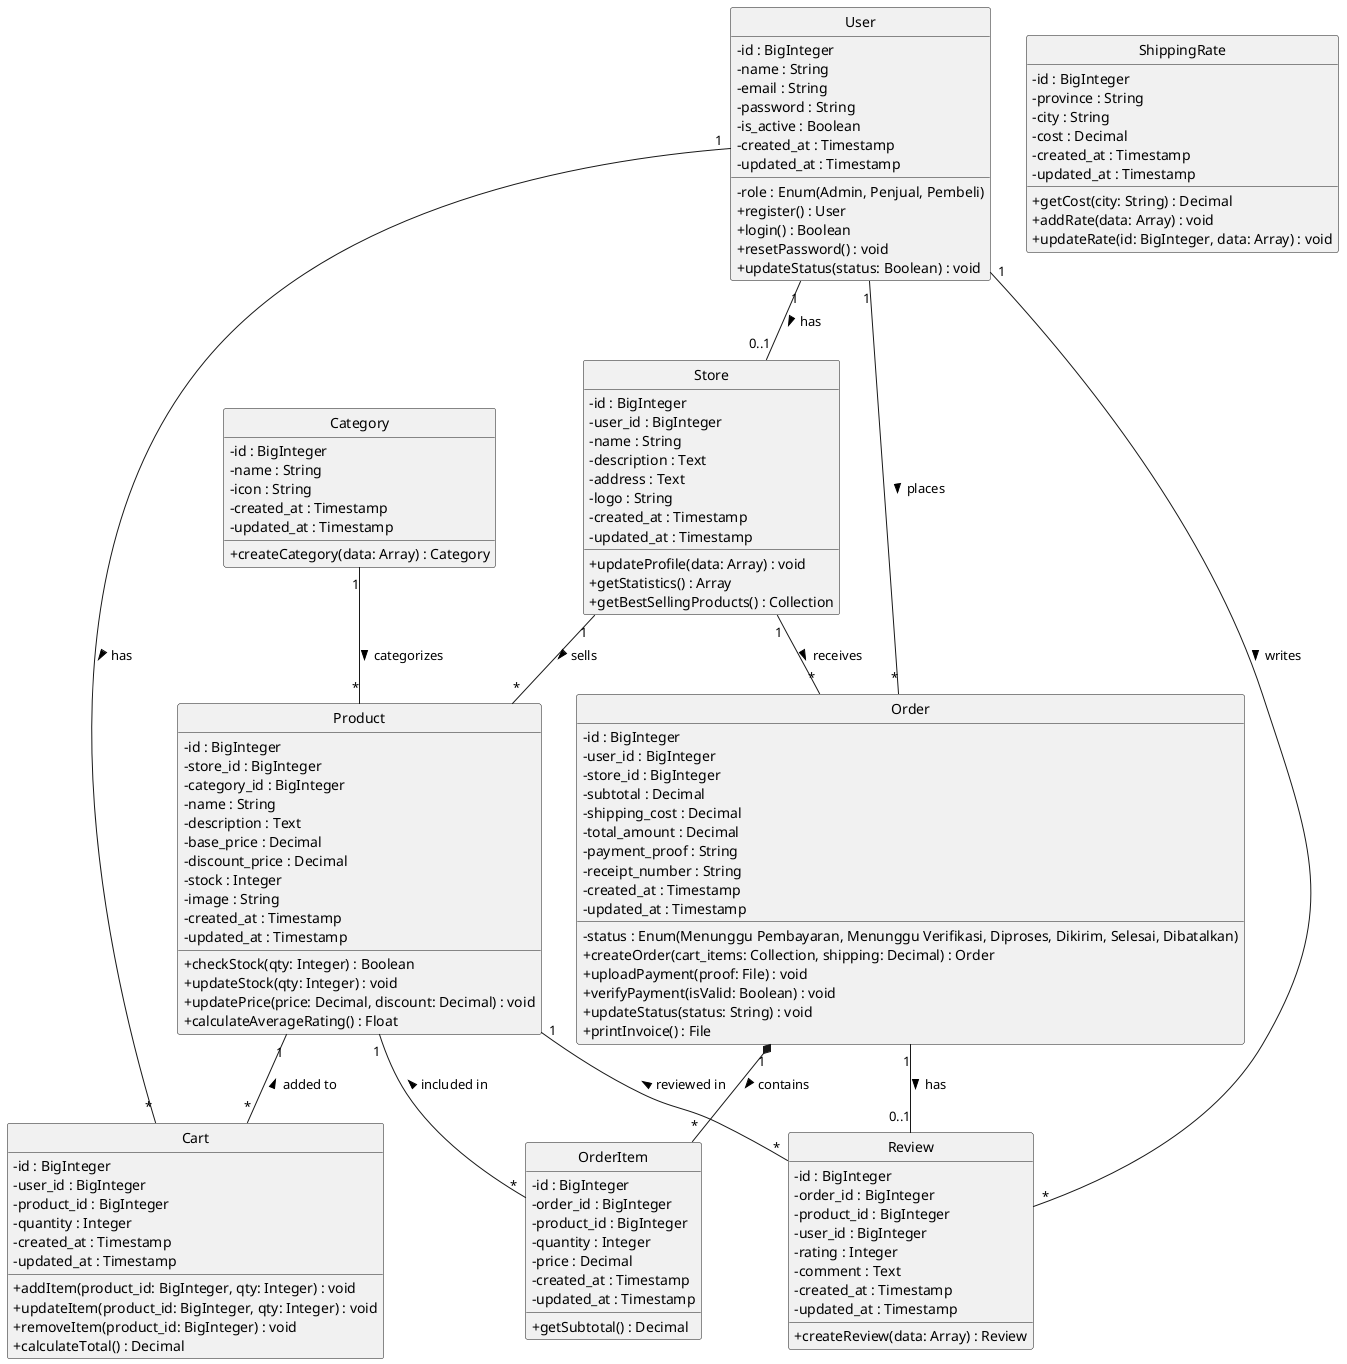
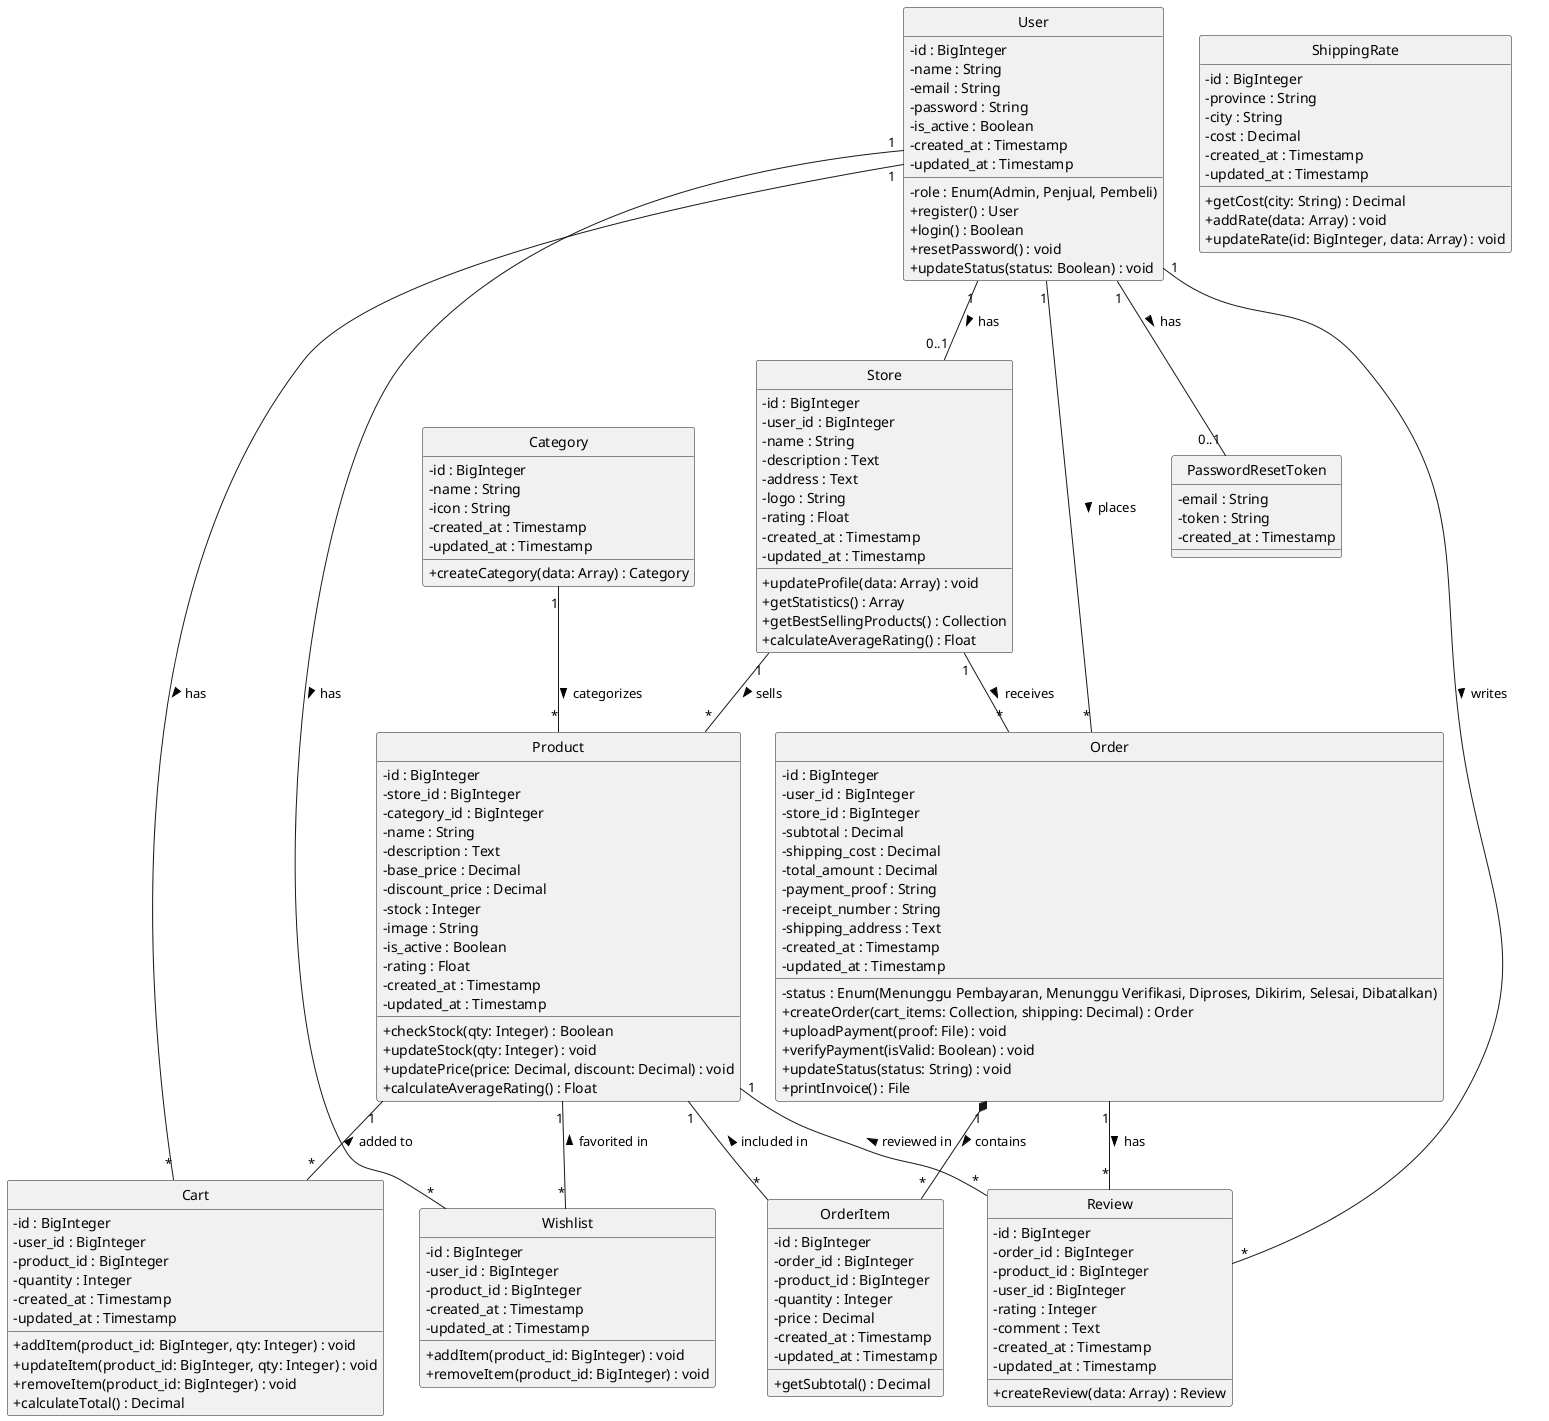
@startuml
skinparam classAttributeIconSize 0
skinparam monochrome true
hide circle

class User {
  - id : BigInteger
  - name : String
  - email : String
  - password : String
  - role : Enum(Admin, Penjual, Pembeli)
  - is_active : Boolean
  - created_at : Timestamp
  - updated_at : Timestamp
  + register() : User
  + login() : Boolean
  + resetPassword() : void
  + updateStatus(status: Boolean) : void
}

class Store {
  - id : BigInteger
  - user_id : BigInteger
  - name : String
  - description : Text
  - address : Text
  - logo : String
+   - rating : Float
  - created_at : Timestamp
  - updated_at : Timestamp
  + updateProfile(data: Array) : void
  + getStatistics() : Array
  + getBestSellingProducts() : Collection
+   + calculateAverageRating() : Float
}

class Category {
  - id : BigInteger
  - name : String
  - icon : String
  - created_at : Timestamp
  - updated_at : Timestamp
  + createCategory(data: Array) : Category
}

class Product {
  - id : BigInteger
  - store_id : BigInteger
  - category_id : BigInteger
  - name : String
  - description : Text
  - base_price : Decimal
  - discount_price : Decimal
  - stock : Integer
  - image : String
+   - is_active : Boolean
+   - rating : Float
  - created_at : Timestamp
  - updated_at : Timestamp
  + checkStock(qty: Integer) : Boolean
  + updateStock(qty: Integer) : void
  + updatePrice(price: Decimal, discount: Decimal) : void
  + calculateAverageRating() : Float
}

class Cart {
  - id : BigInteger
  - user_id : BigInteger
  - product_id : BigInteger
  - quantity : Integer
  - created_at : Timestamp
  - updated_at : Timestamp
  + addItem(product_id: BigInteger, qty: Integer) : void
  + updateItem(product_id: BigInteger, qty: Integer) : void
  + removeItem(product_id: BigInteger) : void
  + calculateTotal() : Decimal
}

+ class Wishlist {
+   - id : BigInteger
+   - user_id : BigInteger
+   - product_id : BigInteger
+   - created_at : Timestamp
+   - updated_at : Timestamp
+   + addItem(product_id: BigInteger) : void
+   + removeItem(product_id: BigInteger) : void
+ }
+ 
class Order {
  - id : BigInteger
  - user_id : BigInteger
  - store_id : BigInteger
  - subtotal : Decimal
  - shipping_cost : Decimal
  - total_amount : Decimal
  - status : Enum(Menunggu Pembayaran, Menunggu Verifikasi, Diproses, Dikirim, Selesai, Dibatalkan)
  - payment_proof : String
  - receipt_number : String
+   - shipping_address : Text
  - created_at : Timestamp
  - updated_at : Timestamp
  + createOrder(cart_items: Collection, shipping: Decimal) : Order
  + uploadPayment(proof: File) : void
  + verifyPayment(isValid: Boolean) : void
  + updateStatus(status: String) : void
  + printInvoice() : File
}

class OrderItem {
  - id : BigInteger
  - order_id : BigInteger
  - product_id : BigInteger
  - quantity : Integer
  - price : Decimal
  - created_at : Timestamp
  - updated_at : Timestamp
  + getSubtotal() : Decimal
}

class ShippingRate {
  - id : BigInteger
  - province : String
  - city : String
  - cost : Decimal
  - created_at : Timestamp
  - updated_at : Timestamp
  + getCost(city: String) : Decimal
  + addRate(data: Array) : void
  + updateRate(id: BigInteger, data: Array) : void
}

class Review {
  - id : BigInteger
  - order_id : BigInteger
  - product_id : BigInteger
  - user_id : BigInteger
  - rating : Integer
  - comment : Text
  - created_at : Timestamp
  - updated_at : Timestamp
  + createReview(data: Array) : Review
}

User "1" -- "0..1" Store : has >
User "1" -- "*" Cart : has >
+ User "1" -- "*" Wishlist : has >
User "1" -- "*" Order : places >
User "1" -- "*" Review : writes >

Store "1" -- "*" Product : sells >
Store "1" -- "*" Order : receives >

Category "1" -- "*" Product : categorizes >

Product "1" -- "*" Cart : added to <
+ Product "1" -- "*" Wishlist : favorited in <
Product "1" -- "*" OrderItem : included in <
Product "1" -- "*" Review : reviewed in <

Order "1" *-- "*" OrderItem : contains >
- Order "1" -- "0..1" Review : has >
+ Order "1" -- "*" Review : has >
+ 
+ class PasswordResetToken {
+   - email : String
+   - token : String
+   - created_at : Timestamp
+ }
+ 
+ User "1" -- "0..1" PasswordResetToken : has >

@enduml
